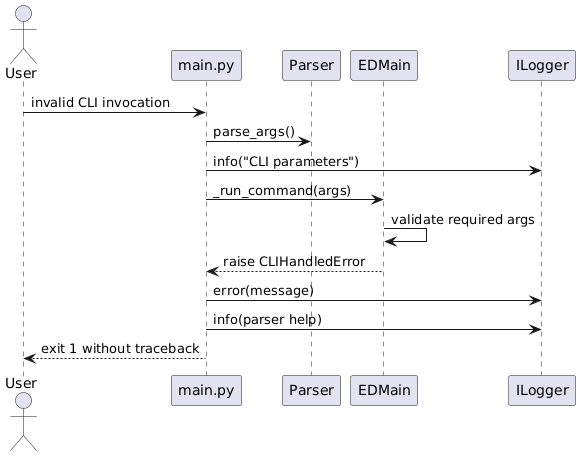
Above: docs/diagrams/cli/cli_handled_error_flow.png in fazleskhan/elite_dangerous_discord_tools (PlantUML), before the change.
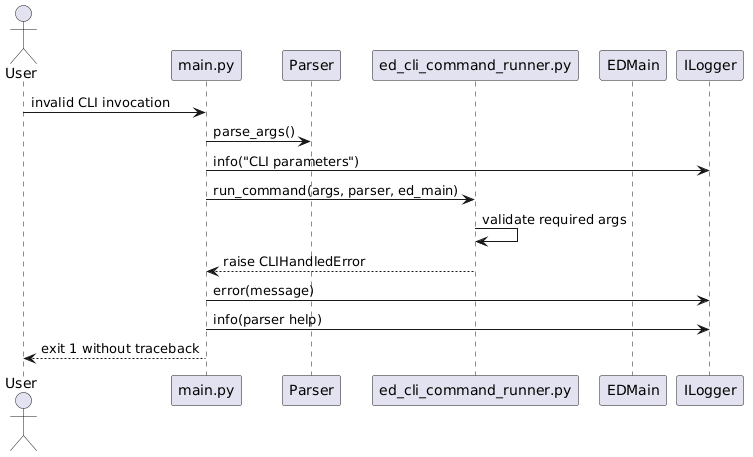
The same diagram one commit later.

Diff of the diagram source:
```diff
@@ -2,15 +2,16 @@
 actor User
 participant "main.py" as Main
 participant Parser
+participant "ed_cli_command_runner.py" as CommandRunner
 participant EDMain
 participant ILogger as Logger
 
 User -> Main: invalid CLI invocation
 Main -> Parser: parse_args()
 Main -> Logger: info("CLI parameters")
-Main -> EDMain: _run_command(args)
-EDMain -> EDMain: validate required args
-EDMain --> Main: raise CLIHandledError
+Main -> CommandRunner: run_command(args, parser, ed_main)
+CommandRunner -> CommandRunner: validate required args
+CommandRunner --> Main: raise CLIHandledError
 Main -> Logger: error(message)
 Main -> Logger: info(parser help)
 Main --> User: exit 1 without traceback
```
